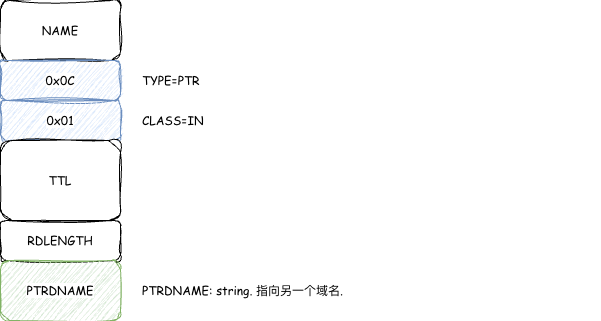
Before: source/_posts/DNSScheme/ptr.png, a diagram exported from draw.io (theo1893/theo1893.github.io). Source tidied: cells renumbered, new cells last; positions are measured from the earlier drawing's top-left corner, leaving out a move shared by most shapes.
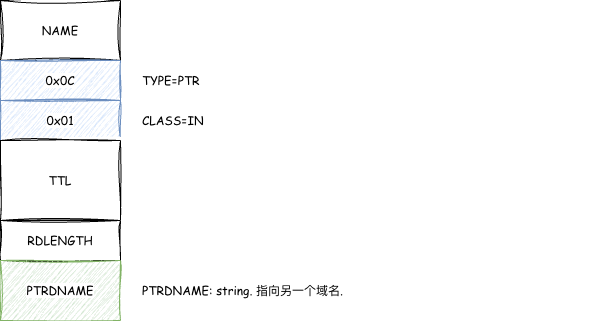
Above is the later version.

What changed in the source:
```diff
@@ -2,22 +2,22 @@
   <root>
     <mxCell id="0" />
     <mxCell id="1" parent="0" />
-    <mxCell id="2" value="NAME" style="rounded=1;whiteSpace=wrap;html=1;sketch=1;jiggle=2;curveFitting=1;strokeColor=default;align=center;verticalAlign=middle;fontFamily=Comic Sans MS;fontSize=12;fontColor=default;labelBackgroundColor=default;fillColor=default;" parent="1" vertex="1">
+    <mxCell id="2" value="NAME" style="rounded=0;whiteSpace=wrap;html=1;sketch=1;jiggle=2;curveFitting=1;strokeColor=default;align=center;verticalAlign=middle;fontFamily=Comic Sans MS;fontSize=12;fontColor=default;labelBackgroundColor=default;fillColor=default;" parent="1" vertex="1">
       <mxGeometry width="120" height="60" as="geometry" />
     </mxCell>
-    <mxCell id="3" value="0x0C" style="rounded=1;whiteSpace=wrap;html=1;sketch=1;jiggle=2;curveFitting=1;strokeColor=#6c8ebf;align=center;verticalAlign=middle;fontFamily=Comic Sans MS;fontSize=12;labelBackgroundColor=default;fillColor=#dae8fc;" parent="1" vertex="1">
+    <mxCell id="3" value="0x0C" style="rounded=0;whiteSpace=wrap;html=1;sketch=1;jiggle=2;curveFitting=1;strokeColor=#6c8ebf;align=center;verticalAlign=middle;fontFamily=Comic Sans MS;fontSize=12;labelBackgroundColor=default;fillColor=#dae8fc;" parent="1" vertex="1">
       <mxGeometry y="60" width="120" height="40" as="geometry" />
     </mxCell>
-    <mxCell id="4" value="0x01" style="rounded=1;whiteSpace=wrap;html=1;sketch=1;jiggle=2;curveFitting=1;strokeColor=#6c8ebf;align=center;verticalAlign=middle;fontFamily=Comic Sans MS;fontSize=12;labelBackgroundColor=default;fillColor=#dae8fc;" parent="1" vertex="1">
+    <mxCell id="4" value="0x01" style="rounded=0;whiteSpace=wrap;html=1;sketch=1;jiggle=2;curveFitting=1;strokeColor=#6c8ebf;align=center;verticalAlign=middle;fontFamily=Comic Sans MS;fontSize=12;labelBackgroundColor=default;fillColor=#dae8fc;" parent="1" vertex="1">
       <mxGeometry y="100" width="120" height="40" as="geometry" />
     </mxCell>
-    <mxCell id="5" value="TTL" style="rounded=1;whiteSpace=wrap;html=1;sketch=1;jiggle=2;curveFitting=1;strokeColor=default;align=center;verticalAlign=middle;fontFamily=Comic Sans MS;fontSize=12;fontColor=default;labelBackgroundColor=default;fillColor=default;" parent="1" vertex="1">
+    <mxCell id="5" value="TTL" style="rounded=0;whiteSpace=wrap;html=1;sketch=1;jiggle=2;curveFitting=1;strokeColor=default;align=center;verticalAlign=middle;fontFamily=Comic Sans MS;fontSize=12;fontColor=default;labelBackgroundColor=default;fillColor=default;" parent="1" vertex="1">
       <mxGeometry y="140" width="120" height="80" as="geometry" />
     </mxCell>
-    <mxCell id="6" value="RDLENGTH" style="rounded=1;whiteSpace=wrap;html=1;sketch=1;jiggle=2;curveFitting=1;strokeColor=default;align=center;verticalAlign=middle;fontFamily=Comic Sans MS;fontSize=12;fontColor=default;labelBackgroundColor=default;fillColor=default;" parent="1" vertex="1">
+    <mxCell id="6" value="RDLENGTH" style="rounded=0;whiteSpace=wrap;html=1;sketch=1;jiggle=2;curveFitting=1;strokeColor=default;align=center;verticalAlign=middle;fontFamily=Comic Sans MS;fontSize=12;fontColor=default;labelBackgroundColor=default;fillColor=default;" parent="1" vertex="1">
       <mxGeometry y="220" width="120" height="40" as="geometry" />
     </mxCell>
-    <mxCell id="7" value="PTRDNAME" style="rounded=1;whiteSpace=wrap;html=1;sketch=1;jiggle=2;curveFitting=1;strokeColor=#82b366;align=center;verticalAlign=middle;fontFamily=Comic Sans MS;fontSize=12;labelBackgroundColor=default;fillColor=#d5e8d4;" parent="1" vertex="1">
+    <mxCell id="7" value="PTRDNAME" style="rounded=0;whiteSpace=wrap;html=1;sketch=1;jiggle=2;curveFitting=1;strokeColor=#82b366;align=center;verticalAlign=middle;fontFamily=Comic Sans MS;fontSize=12;labelBackgroundColor=default;fillColor=#d5e8d4;" parent="1" vertex="1">
       <mxGeometry y="260" width="120" height="60" as="geometry" />
     </mxCell>
     <mxCell id="8" value="PTRDNAME: string. 指向另一个域名." style="text;html=1;whiteSpace=wrap;strokeColor=none;fillColor=none;align=left;verticalAlign=middle;rounded=0;fontFamily=Comic Sans MS;fontSize=12;fontColor=default;labelBackgroundColor=default;" parent="1" vertex="1">
```
